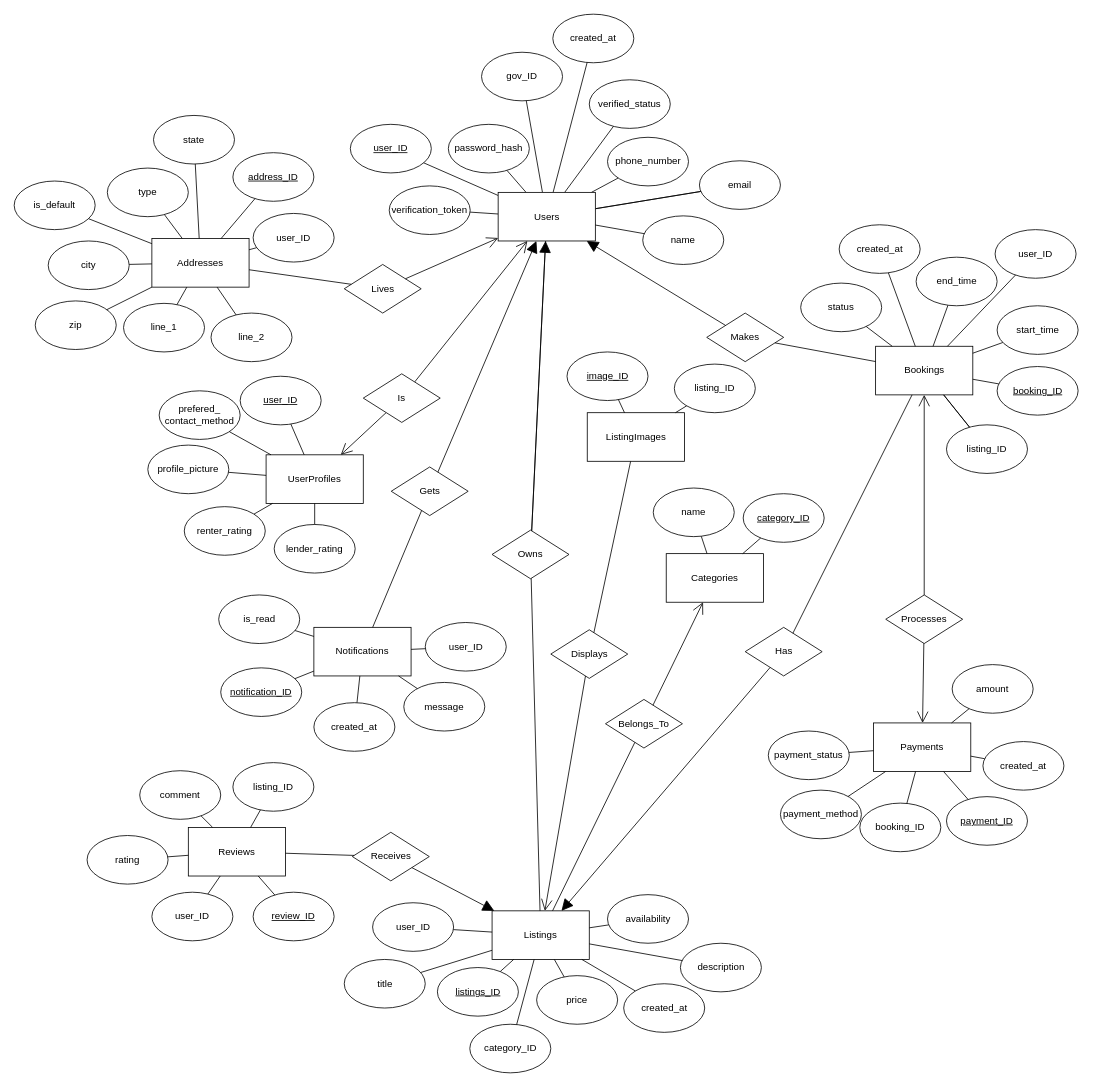
Above: ERD-diagram.drawio in OctavioValdiviaMendoza/S2-Team1 (draw.io), before the change. Source tidied: cells renumbered, new cells numbered last; positions are measured from the earlier drawing's top-left corner, leaving out a move shared by most shapes. Both pictures are drawn from the tidied source at 81%, with x=0, y=0 at pixel (14, 14).
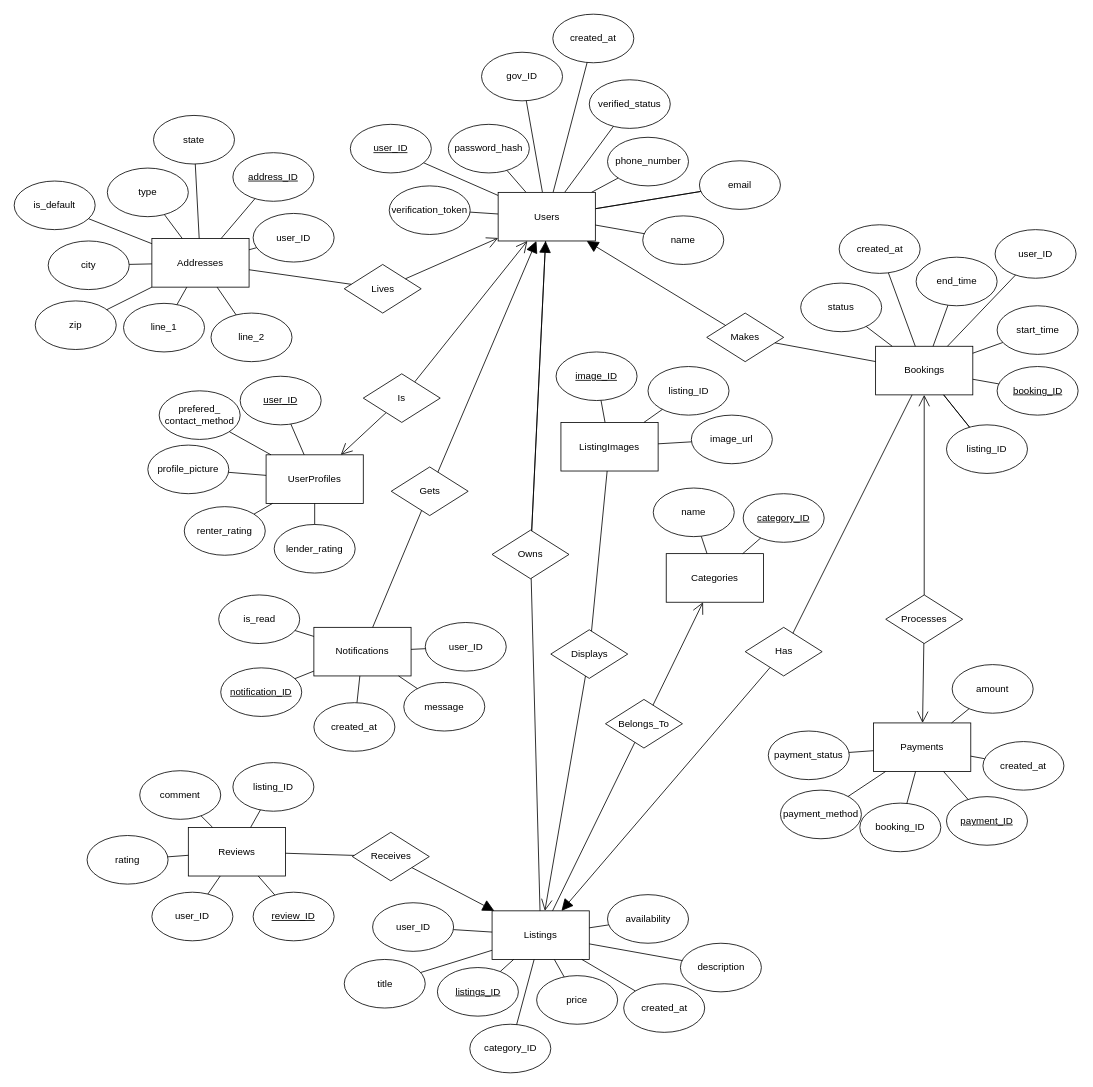
The same diagram, later.

The edit, as a diff of the source:
```diff
@@
     <mxCell id="8" value="ListingImages" style="rounded=0;whiteSpace=wrap;html=1;" parent="1" vertex="1">
-      <mxGeometry x="707.5" y="492" width="120" height="60" as="geometry" />
+      <mxGeometry x="675" y="504" width="120" height="60" as="geometry" />
     </mxCell>
@@
     <mxCell id="50" value="&lt;u&gt;image_ID&lt;/u&gt;" style="ellipse;whiteSpace=wrap;html=1;" parent="1" vertex="1">
-      <mxGeometry x="682.5" y="417" width="100" height="60" as="geometry" />
+      <mxGeometry x="669" y="417" width="100" height="60" as="geometry" />
     </mxCell>
     <mxCell id="51" value="listing_ID" style="ellipse;whiteSpace=wrap;html=1;" parent="1" vertex="1">
-      <mxGeometry x="815" y="432" width="100" height="60" as="geometry" />
+      <mxGeometry x="782.5" y="435" width="100" height="60" as="geometry" />
     </mxCell>
@@
+    <mxCell id="161" value="image_url" style="ellipse;whiteSpace=wrap;html=1;" parent="1" vertex="1">
+      <mxGeometry x="836" y="495" width="100" height="60" as="geometry" />
+    </mxCell>
+    <mxCell id="162" style="endArrow=none;html=1;rounded=0;" parent="1" edge="1" source="8" target="161">
+      <mxGeometry relative="1" as="geometry" />
+    </mxCell>
```
